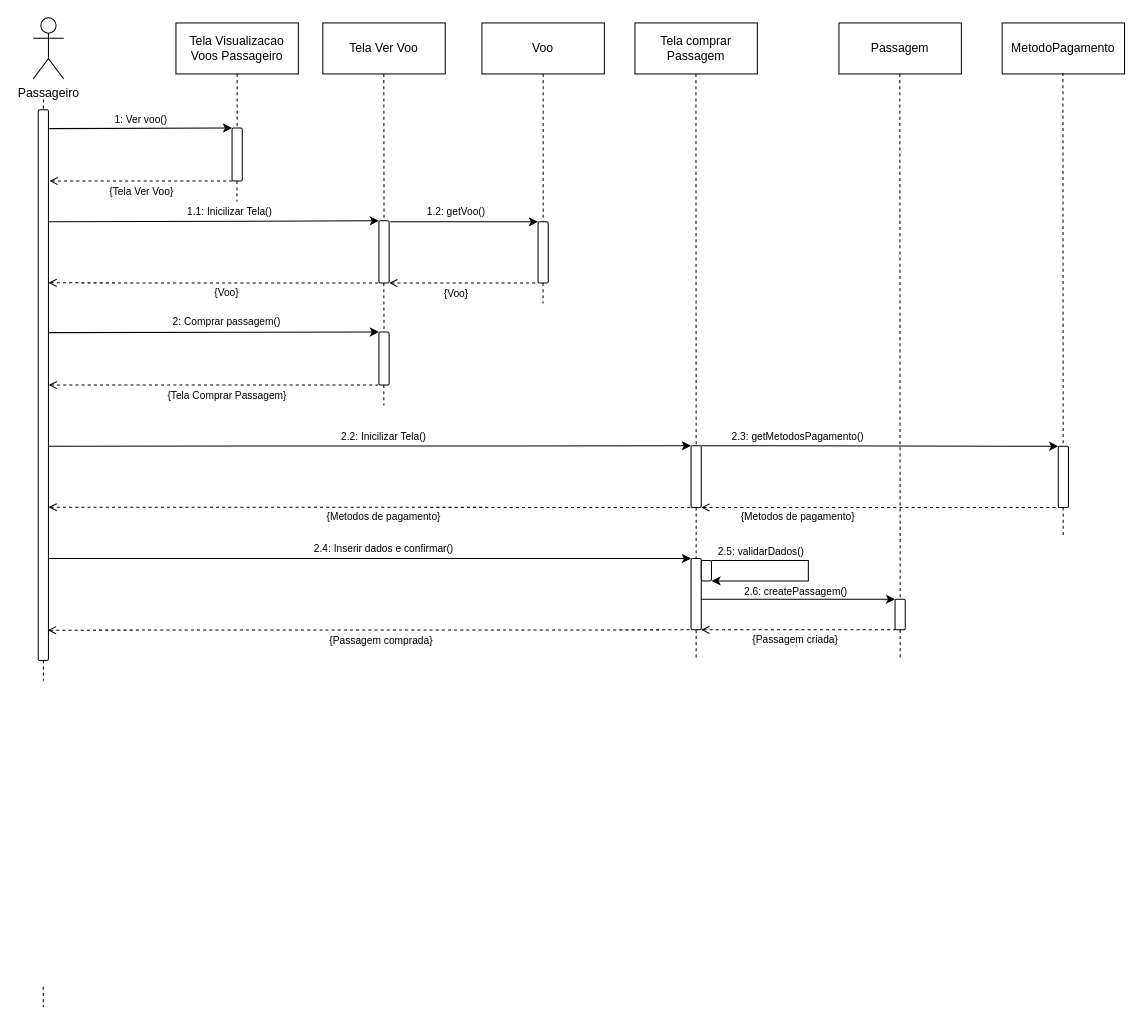
GabrielGMori/trabalho-conclus-o-ano keeps this draw.io diagram as Diagramas/Eng_de_Software/Modelos/Sequencia/Comprar_Passagens.drawio. Above is the earlier version. Source tidied: cells renumbered, new cells numbered last; positions are measured from the earlier drawing's top-left corner, leaving out a move shared by most shapes. Both pictures are drawn from the tidied source at 102%, with x=0, y=0 at pixel (33, 17).
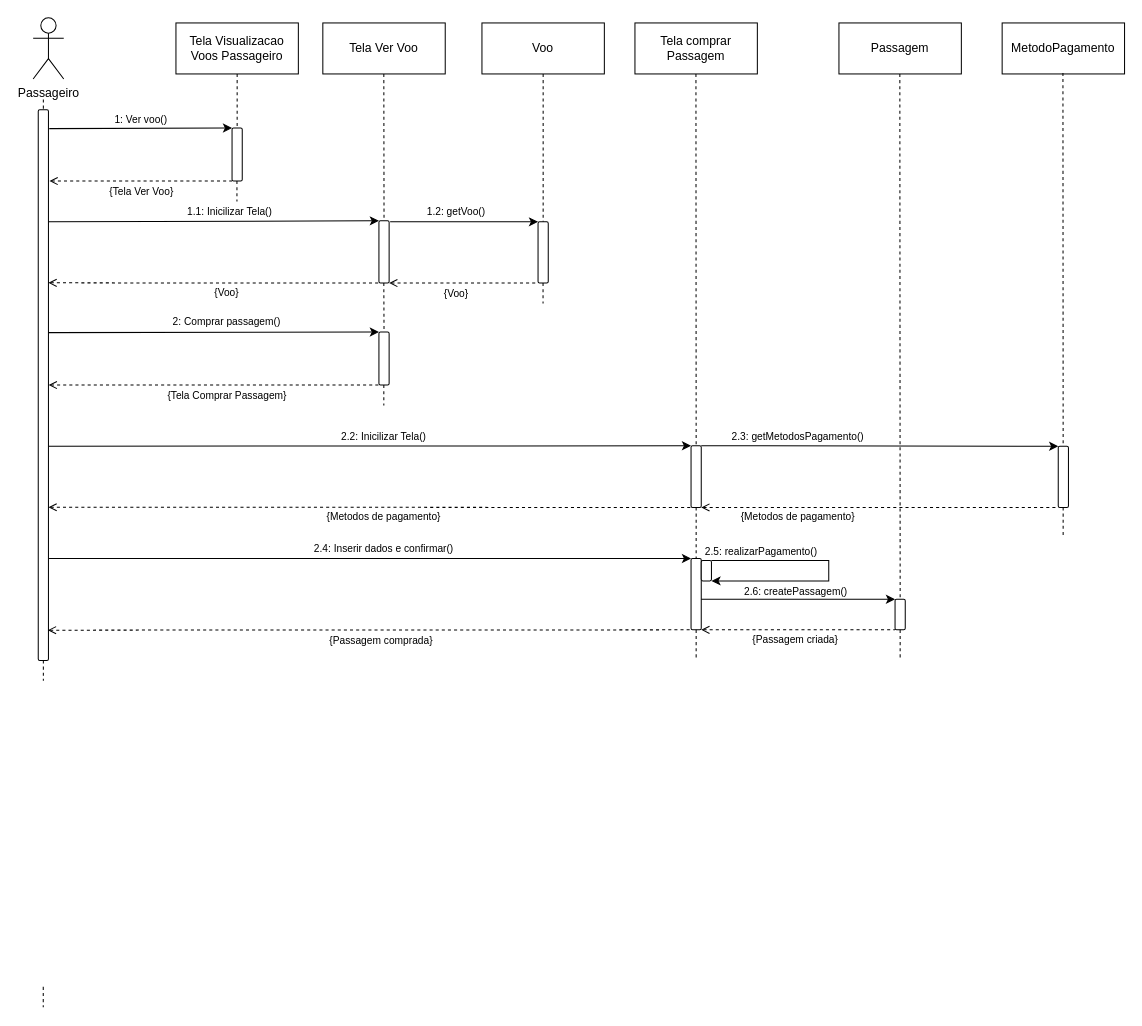
Above is the later version.

The change refers to these unchanged cells:
```xml
<mxCell id="41" style="rounded=1;whiteSpace=wrap;html=1;" parent="1" vertex="1">
  <mxGeometry x="655" y="532" width="10" height="20" as="geometry" />
</mxCell>
```

What changed in the source:
```diff
@@
     <mxCell id="42" style="endArrow=classic;html=1;rounded=0;exitX=1;exitY=0;exitDx=0;exitDy=0;entryX=1;entryY=1;entryDx=0;entryDy=0;" parent="1" edge="1" source="41" target="41">
       <mxGeometry relative="1" as="geometry">
         <Array as="points">
           <mxPoint x="740" y="532" />
           <mxPoint x="760" y="532" />
+          <mxPoint x="780" y="532" />
+          <mxPoint x="780" y="552" />
           <mxPoint x="760" y="552" />
           <mxPoint x="740" y="552" />
         </Array>
       </mxGeometry>
     </mxCell>
@@
-    <mxCell id="48" value="&lt;font&gt;2.5: validarDados()&lt;/font&gt;" style="text;html=1;align=center;verticalAlign=middle;whiteSpace=wrap;rounded=0;fontSize=10;" parent="1" vertex="1">
+    <mxCell id="48" value="&lt;font&gt;2.5: realizarPagamento()&lt;/font&gt;" style="text;html=1;align=center;verticalAlign=middle;whiteSpace=wrap;rounded=0;fontSize=10;" parent="1" vertex="1">
       <mxGeometry x="654" y="513" width="120" height="20" as="geometry" />
     </mxCell>
```
